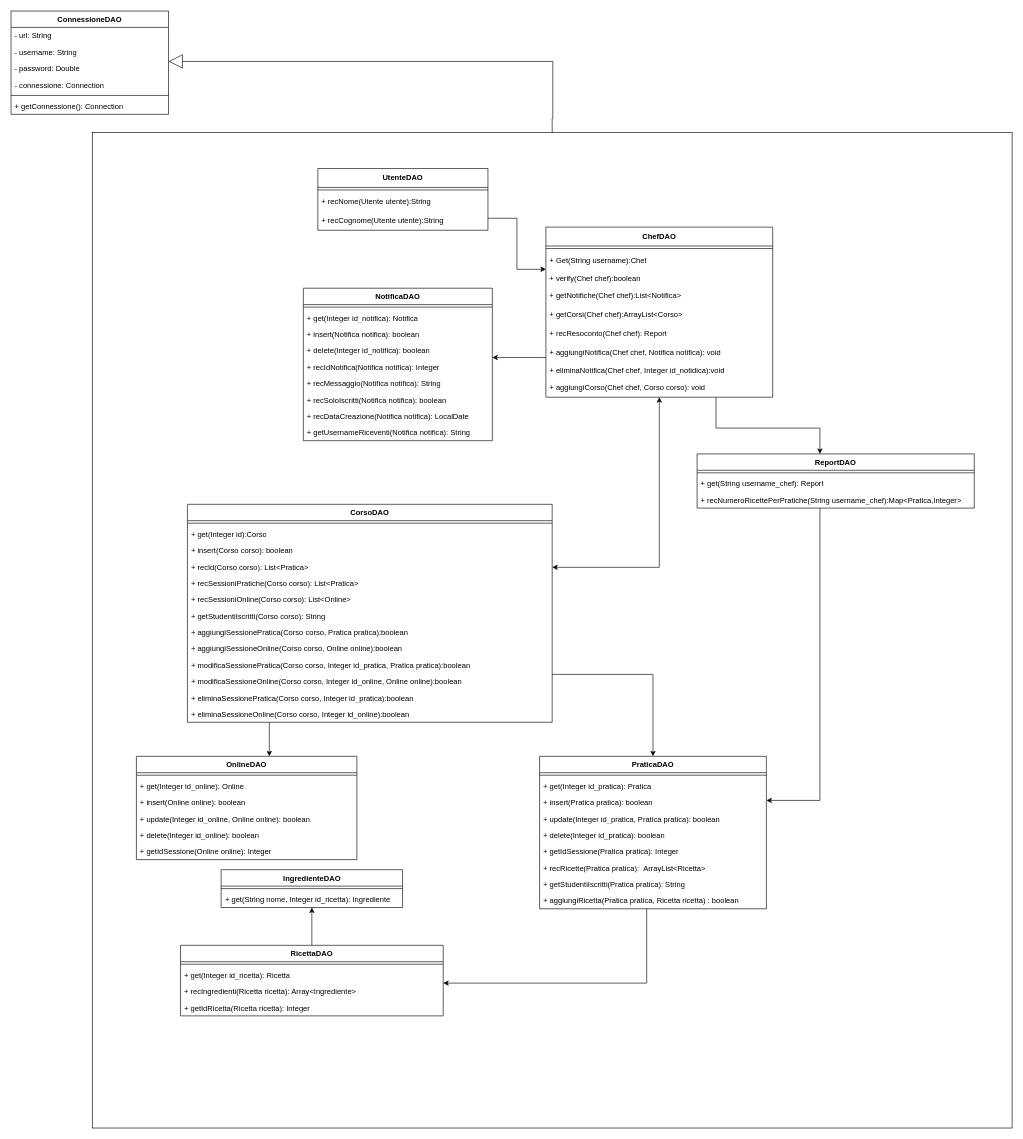
The draw.io diagram page "dao" (2 of 3) of obj/uml/UML1.drawio in MetisWastaken/UninaFoodLab, before the edit. Source tidied: cells renumbered, new cells numbered last; positions are measured from the earlier drawing's top-left corner, leaving out a move shared by most shapes. Both pictures are drawn from the tidied source at 63%, with x=0, y=0 at pixel (11, 11).
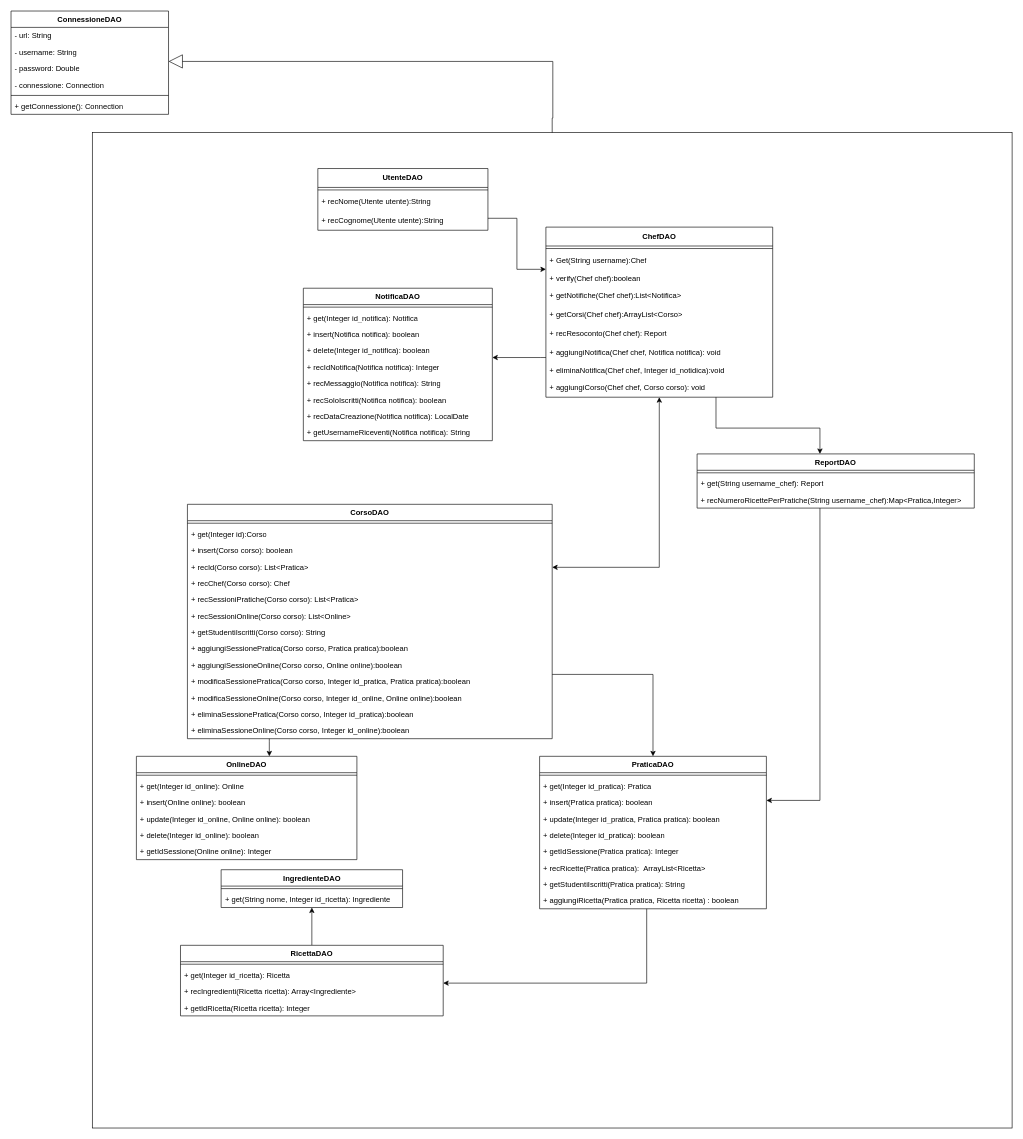
The same diagram, later.

Diff of the diagram source:
```diff
@@
     <mxCell id="41" value="CorsoDAO" style="swimlane;align=center;verticalAlign=top;horizontal=1;startSize=26;whiteSpace=wrap;html=1;" parent="1" vertex="1">
-      <mxGeometry x="280" y="783" width="579" height="346" as="geometry" />
+      <mxGeometry x="280" y="783" width="579" height="372" as="geometry" />
     </mxCell>
@@
+    <mxCell id="87" value="+ recChef(Corso corso): Chef" style="text;strokeColor=none;fillColor=none;align=left;verticalAlign=top;spacingLeft=4;spacingRight=4;overflow=hidden;whiteSpace=wrap;html=1;" parent="41" vertex="1">
+      <mxGeometry y="112" width="579" height="26" as="geometry" />
+    </mxCell>
     <mxCell id="46" value="+ recSessioniPratiche(Corso corso): List&amp;lt;Pratica&amp;gt;" style="text;strokeColor=none;fillColor=none;align=left;verticalAlign=top;spacingLeft=4;spacingRight=4;overflow=hidden;whiteSpace=wrap;html=1;" parent="41" vertex="1">
-      <mxGeometry y="112" width="579" height="26" as="geometry" />
+      <mxGeometry y="138" width="579" height="26" as="geometry" />
     </mxCell>
     <mxCell id="47" value="+ recSessioniOnline(Corso corso): List&amp;lt;Online&amp;gt;" style="text;strokeColor=none;fillColor=none;align=left;verticalAlign=top;spacingLeft=4;spacingRight=4;overflow=hidden;whiteSpace=wrap;html=1;" parent="41" vertex="1">
-      <mxGeometry y="138" width="579" height="26" as="geometry" />
+      <mxGeometry y="164" width="579" height="26" as="geometry" />
     </mxCell>
     <mxCell id="48" value="+ getStudentiIscritti(Corso corso): String" style="text;strokeColor=none;fillColor=none;align=left;verticalAlign=top;spacingLeft=4;spacingRight=4;overflow=hidden;whiteSpace=wrap;html=1;" parent="41" vertex="1">
-      <mxGeometry y="164" width="579" height="26" as="geometry" />
+      <mxGeometry y="190" width="579" height="26" as="geometry" />
     </mxCell>
     <mxCell id="49" value="+ aggiungiSessionePratica(Corso corso, Pratica pratica):boolean" style="text;strokeColor=none;fillColor=none;align=left;verticalAlign=top;spacingLeft=4;spacingRight=4;overflow=hidden;whiteSpace=wrap;html=1;" parent="41" vertex="1">
-      <mxGeometry y="190" width="579" height="26" as="geometry" />
+      <mxGeometry y="216" width="579" height="26" as="geometry" />
     </mxCell>
     <mxCell id="50" value="+ aggiungiSessioneOnline(Corso corso,&amp;nbsp;Online online):boolean" style="text;strokeColor=none;fillColor=none;align=left;verticalAlign=top;spacingLeft=4;spacingRight=4;overflow=hidden;whiteSpace=wrap;html=1;" parent="41" vertex="1">
-      <mxGeometry y="216" width="579" height="26" as="geometry" />
+      <mxGeometry y="242" width="579" height="26" as="geometry" />
     </mxCell>
     <mxCell id="51" value="+ modificaSessionePratica(Corso corso, Integer id_pratica, Pratica pratica):boolean" style="text;strokeColor=none;fillColor=none;align=left;verticalAlign=top;spacingLeft=4;spacingRight=4;overflow=hidden;whiteSpace=wrap;html=1;" parent="41" vertex="1">
-      <mxGeometry y="242" width="579" height="26" as="geometry" />
+      <mxGeometry y="268" width="579" height="26" as="geometry" />
     </mxCell>
     <mxCell id="52" value="+ modificaSessioneOnline(Corso corso, Integer id_online, Online online):boolean" style="text;strokeColor=none;fillColor=none;align=left;verticalAlign=top;spacingLeft=4;spacingRight=4;overflow=hidden;whiteSpace=wrap;html=1;" parent="41" vertex="1">
-      <mxGeometry y="268" width="579" height="26" as="geometry" />
+      <mxGeometry y="294" width="579" height="26" as="geometry" />
     </mxCell>
     <mxCell id="53" value="+ eliminaSessionePratica(Corso corso, Integer id_pratica):boolean" style="text;strokeColor=none;fillColor=none;align=left;verticalAlign=top;spacingLeft=4;spacingRight=4;overflow=hidden;whiteSpace=wrap;html=1;" parent="41" vertex="1">
-      <mxGeometry y="294" width="579" height="26" as="geometry" />
+      <mxGeometry y="320" width="579" height="26" as="geometry" />
     </mxCell>
     <mxCell id="54" value="+ eliminaSessioneOnline(Corso corso, Integer id_online):boolean" style="text;strokeColor=none;fillColor=none;align=left;verticalAlign=top;spacingLeft=4;spacingRight=4;overflow=hidden;whiteSpace=wrap;html=1;" parent="41" vertex="1">
-      <mxGeometry y="320" width="579" height="26" as="geometry" />
+      <mxGeometry y="346" width="579" height="26" as="geometry" />
     </mxCell>
```
